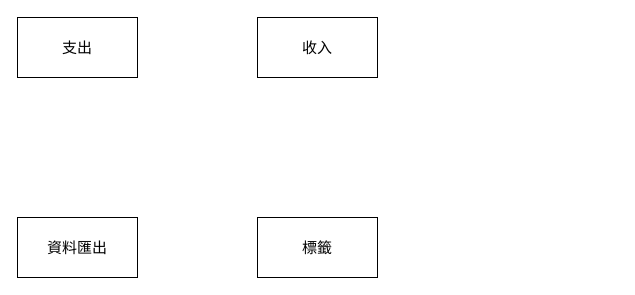
Earlier version of the draw.io diagram page "Level1" (1 of 5) of MyBookKeeper.drawio (TanaChu0409/book-keeper). Source tidied: cells renumbered, new cells numbered last; positions are measured from the earlier drawing's top-left corner, leaving out a move shared by most shapes. Both pictures are drawn from the tidied source at 100%, with x=0, y=0 at pixel (17, 17).
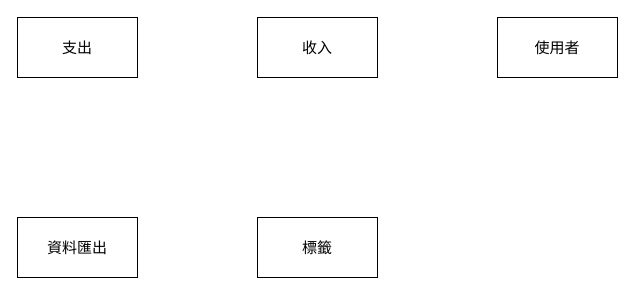
Above is the later version.

Change to the diagram source:
```diff
@@
 <mxGraphModel>
   <root>
     <mxCell id="0" />
     <mxCell id="1" parent="0" />
     <mxCell id="2" value="標籤" style="rounded=0;whiteSpace=wrap;html=1;fontSize=15;" parent="1" vertex="1">
       <mxGeometry x="240" y="200" width="120" height="60" as="geometry" />
     </mxCell>
     <mxCell id="3" value="資料匯出" style="rounded=0;whiteSpace=wrap;html=1;fontSize=15;" parent="1" vertex="1">
       <mxGeometry y="200" width="120" height="60" as="geometry" />
     </mxCell>
     <mxCell id="4" value="支出" style="rounded=0;whiteSpace=wrap;html=1;fontSize=15;" parent="1" vertex="1">
       <mxGeometry width="120" height="60" as="geometry" />
     </mxCell>
     <mxCell id="5" value="收入" style="rounded=0;whiteSpace=wrap;html=1;fontSize=15;" parent="1" vertex="1">
       <mxGeometry x="240" width="120" height="60" as="geometry" />
     </mxCell>
+    <mxCell id="6" value="使用者" style="rounded=0;whiteSpace=wrap;html=1;fontSize=15;" parent="1" vertex="1">
+      <mxGeometry x="480" width="120" height="60" as="geometry" />
+    </mxCell>
   </root>
 </mxGraphModel>
```
